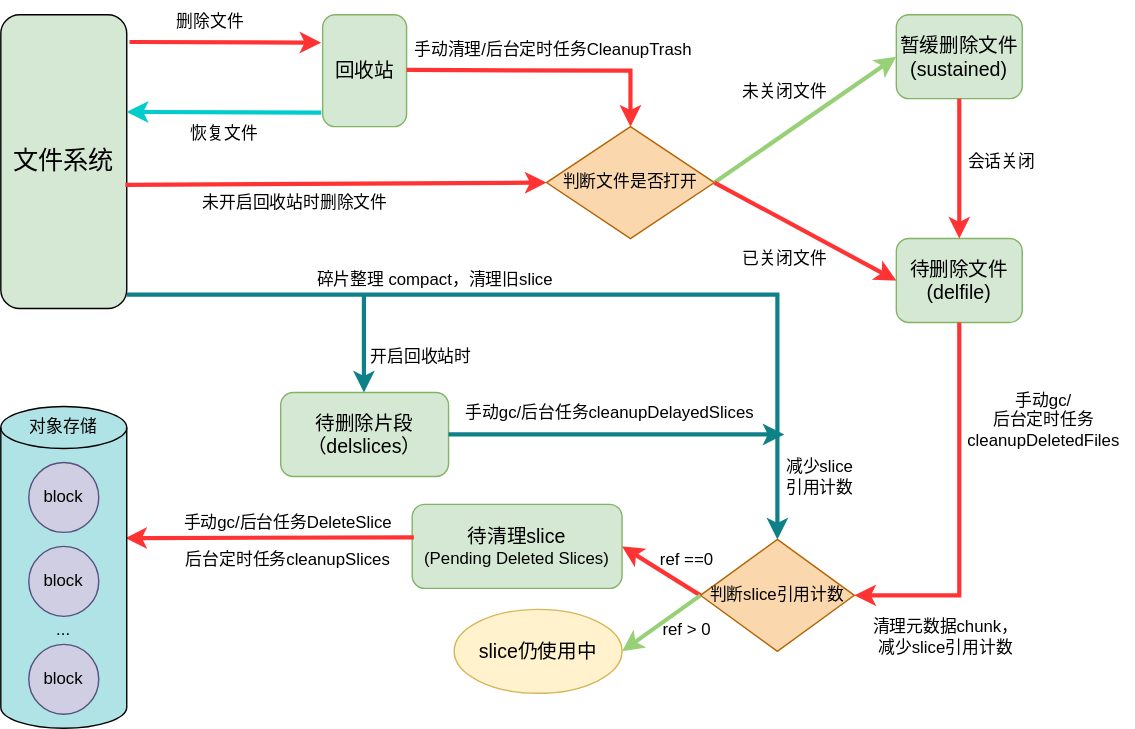
Earlier version of the draw.io export docs/zh_cn/images/juicefs-delete-file.svg (juicedata/juicefs). Source tidied: cells renumbered, new cells last; positions are measured from the earlier drawing's top-left corner, leaving out a move shared by most shapes.
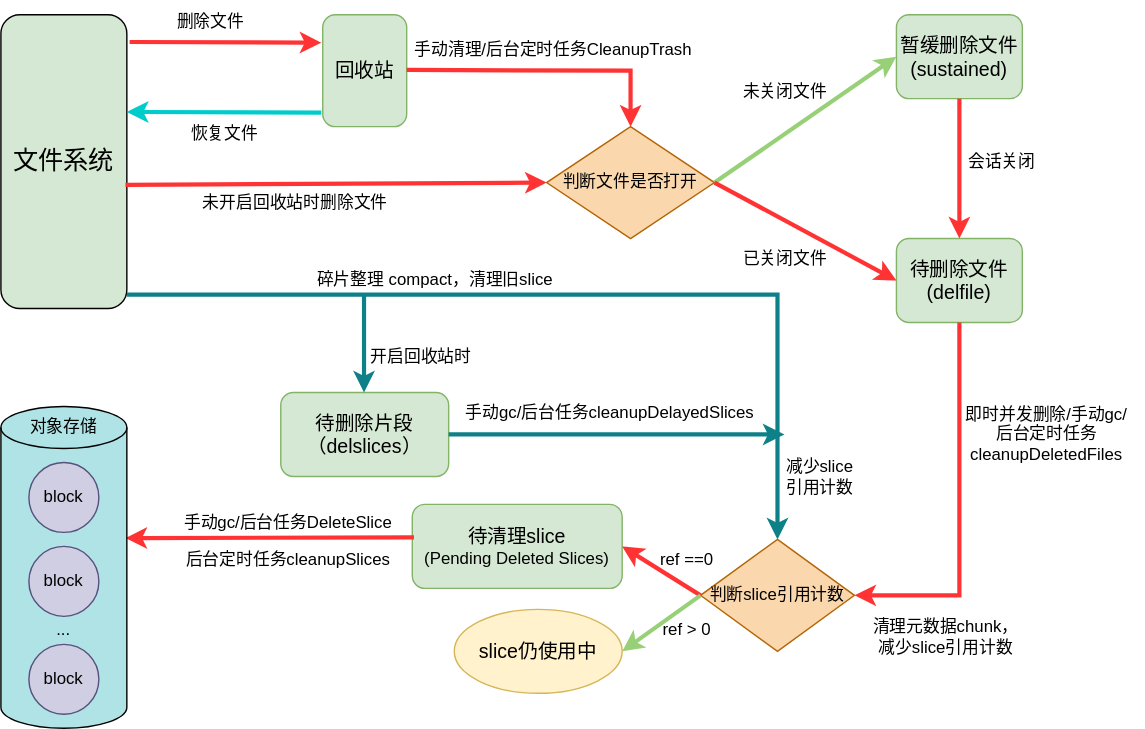
Later version of the same file.

Commit message:
docs: Complete the deletion process details

Change to the diagram source:
```diff
@@ -105,8 +105,8 @@
     <mxCell id="29" value="会话关闭" style="text;html=1;align=center;verticalAlign=middle;strokeColor=none;fillColor=none;" parent="1" vertex="1">
       <mxGeometry x="680" y="100" width="70" height="30" as="geometry" />
     </mxCell>
-    <mxCell id="30" value="手动gc/&lt;br&gt;后台定时任务&lt;br&gt;cleanupDeletedFiles" style="text;html=1;align=center;verticalAlign=middle;strokeColor=none;fillColor=none;" parent="1" vertex="1">
-      <mxGeometry x="680" y="270" width="130" height="60" as="geometry" />
+    <mxCell id="30" value="即时并发删除/手动gc/&lt;br&gt;后台定时任务&lt;br&gt;cleanupDeletedFiles" style="text;html=1;align=center;verticalAlign=middle;strokeColor=none;fillColor=none;" parent="1" vertex="1">
+      <mxGeometry x="677" y="280" width="140" height="60" as="geometry" />
     </mxCell>
     <mxCell id="31" value="手动gc/后台任务DeleteSlice&lt;div&gt;&lt;br/&gt;&lt;/div&gt;" style="text;html=1;align=center;verticalAlign=middle;strokeColor=none;fillColor=none;" parent="1" vertex="1">
       <mxGeometry x="120" y="360" width="170" height="40" as="geometry" />
```
